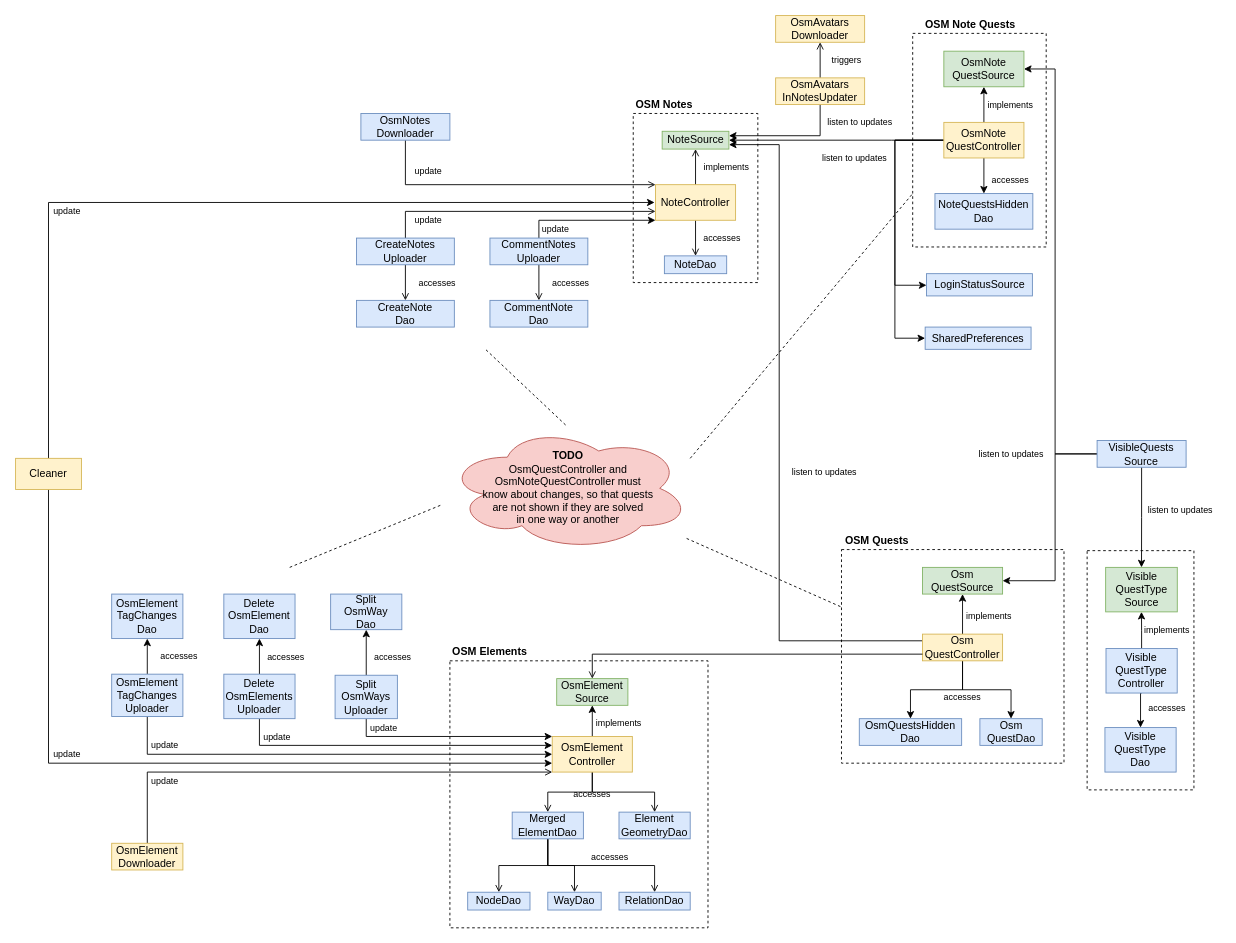
Above: page "Page-2" (2 of 2) of res/overview_upload.drawio in streetcomplete/StreetComplete (draw.io), before the change. Source tidied: cells renumbered, new cells numbered last; positions are measured from the earlier drawing's top-left corner, leaving out a move shared by most shapes. Both pictures are drawn from the tidied source at 89%, with x=0, y=0 at pixel (15, 15).
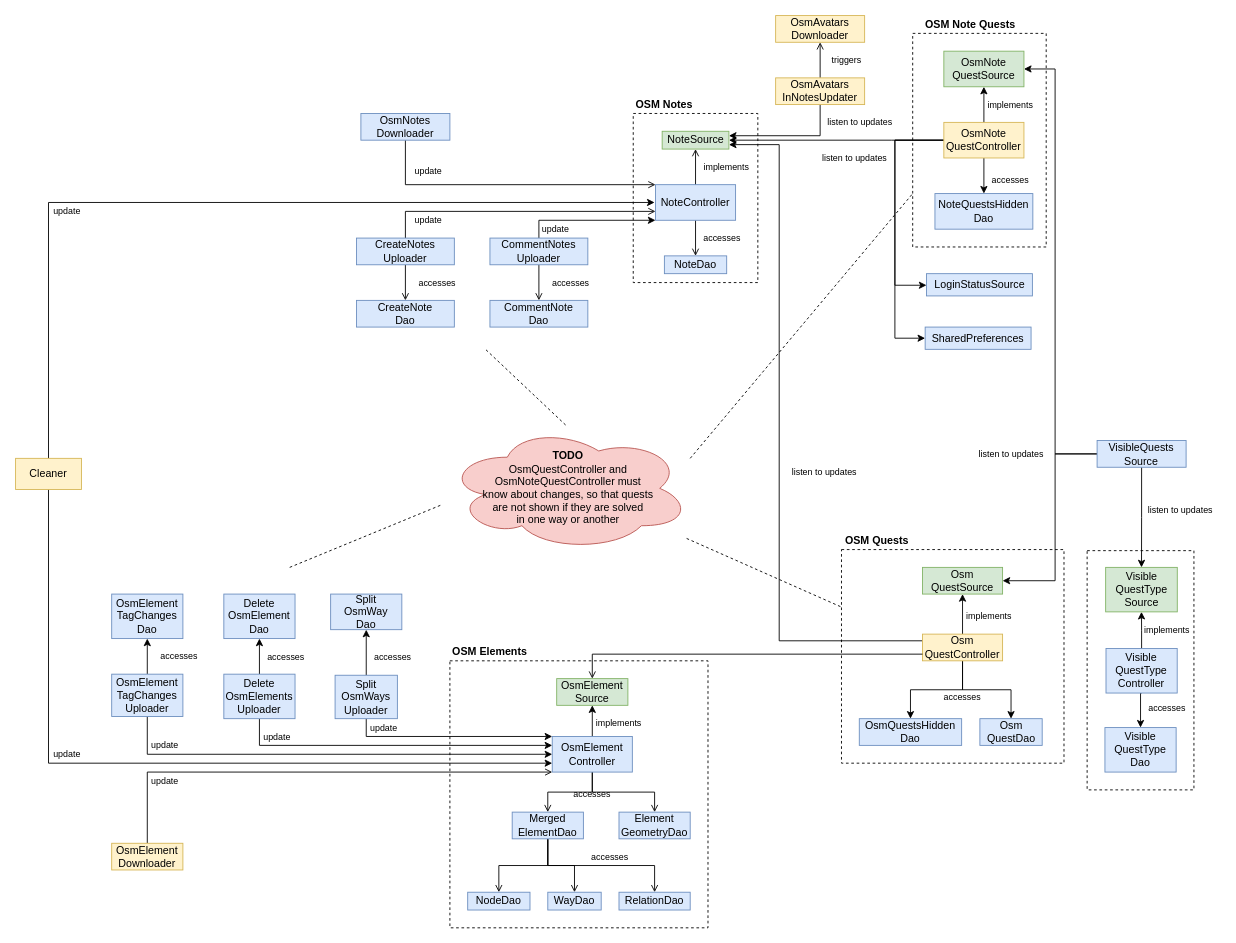
After the change.

What changed in the source:
```diff
@@
-    <mxCell id="29" value="NoteController" style="rounded=0;whiteSpace=wrap;html=1;fillColor=#fff2cc;strokeColor=#d6b656;" parent="1" vertex="1">
+    <mxCell id="29" value="NoteController" style="rounded=0;whiteSpace=wrap;html=1;fillColor=#dae8fc;strokeColor=#6c8ebf;" parent="1" vertex="1">
       <mxGeometry x="719" y="190" width="90" height="40" as="geometry" />
     </mxCell>
@@
-    <mxCell id="33" value="OsmElement&lt;br&gt;Controller" style="rounded=0;whiteSpace=wrap;html=1;fillColor=#fff2cc;strokeColor=#d6b656;" parent="1" vertex="1">
+    <mxCell id="33" value="OsmElement&lt;br&gt;Controller" style="rounded=0;whiteSpace=wrap;html=1;fillColor=#dae8fc;strokeColor=#6c8ebf;" parent="1" vertex="1">
       <mxGeometry x="603" y="810" width="90" height="40" as="geometry" />
     </mxCell>
```
